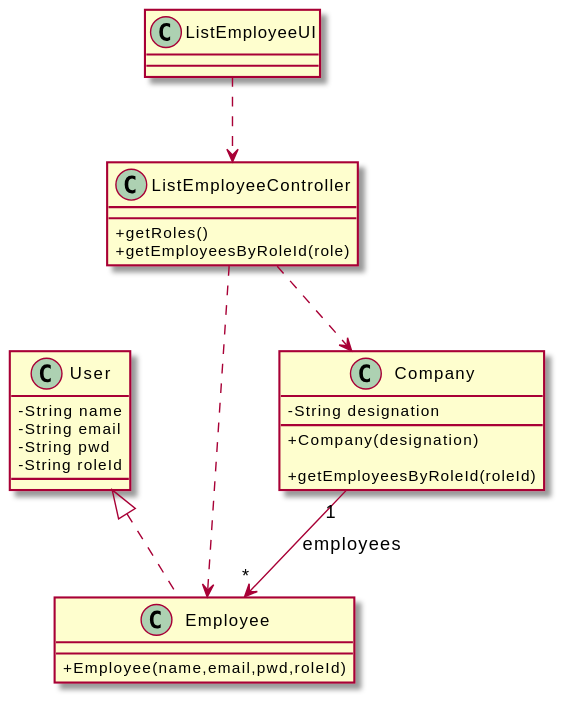
Before: docs/SprintB/US11/CD/US11_CD.svg, a diagram exported from PlantUML (miseEnPlace-i/lapr2).
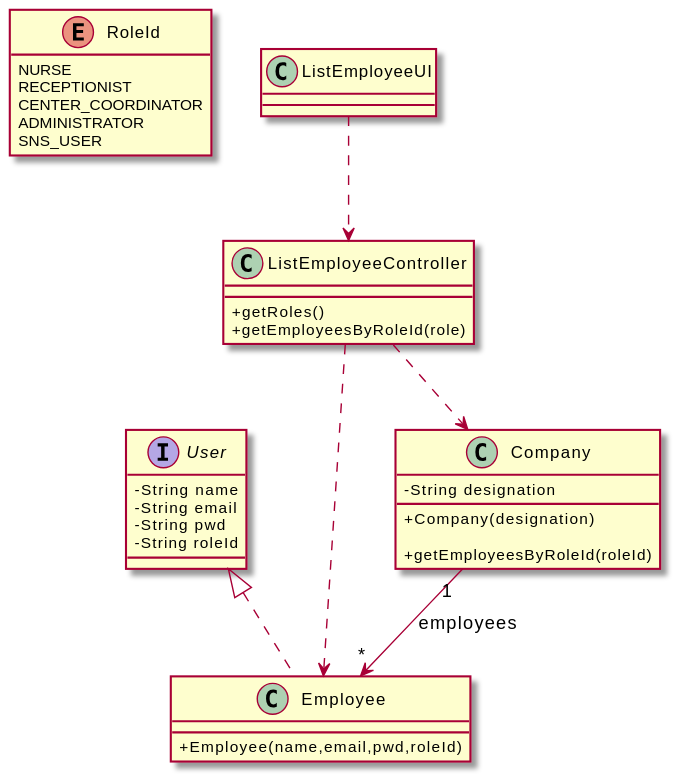
Above is the later version.

Commit message:
docs(US11): added user roles enum

Change to the diagram source:
```diff
@@ -1,7 +1,9 @@
 @startuml
 skinparam classAttributeIconSize 0
 
-class User {
+hide RoleId methods
+
+interface User {
   - String name
   - String email
   - String pwd
@@ -26,9 +28,18 @@
 
 class ListEmployeeUI {}
 
+enum RoleId {
+  NURSE
+  RECEPTIONIST
+  CENTER_COORDINATOR
+  ADMINISTRATOR
+  SNS_USER
+}
+
 ListEmployeeUI ..> ListEmployeeController
 ListEmployeeController ..> Employee
 ListEmployeeController ..> Company
+
 Company "1" --> "*" Employee : employees
 
 User <|.. Employee
```
